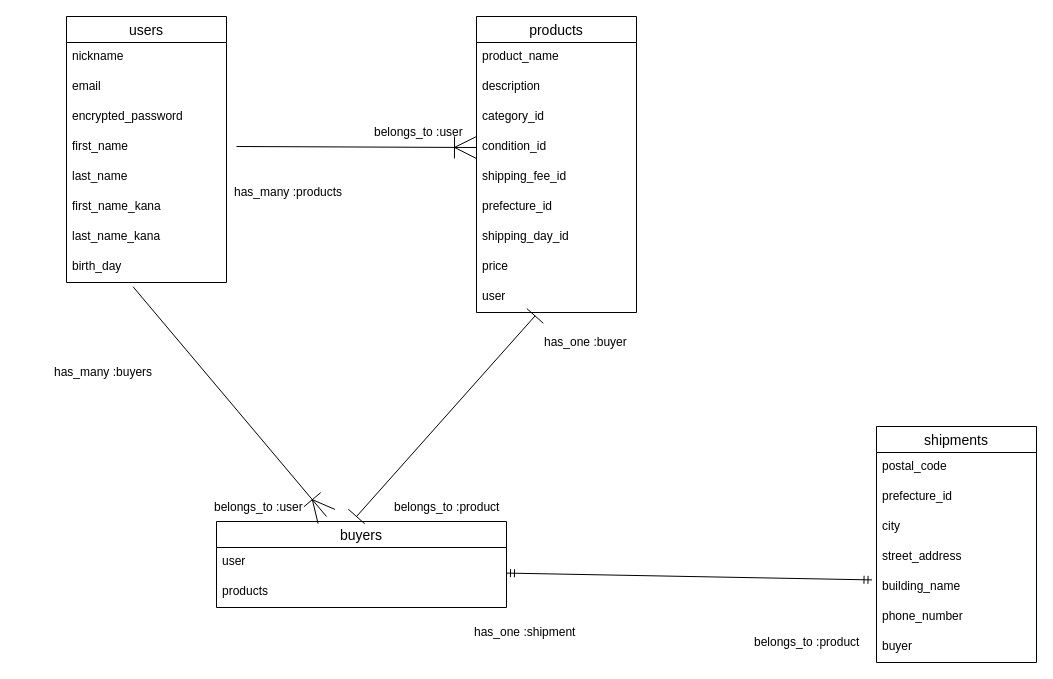
Above: fumima-40006.dio in burgman2000/furima-40006 (draw.io), before the change. Source tidied: cells renumbered, new cells numbered last; positions are measured from the earlier drawing's top-left corner, leaving out a move shared by most shapes. Both pictures are drawn from the tidied source at 100%, with x=0, y=0 at pixel (16, 16).
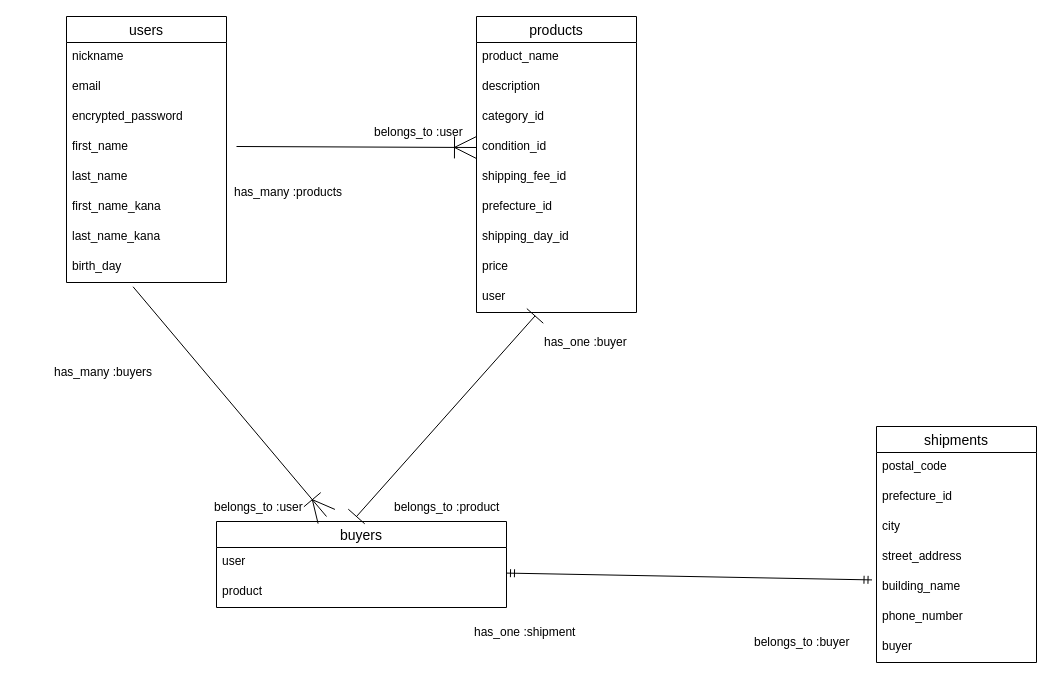
The same diagram, later.

The change refers to these unchanged cells:
```xml
<mxCell id="21" value="buyers" style="swimlane;fontStyle=0;horizontal=1;startSize=26;align=center;fontSize=14;" parent="1" vertex="1">
  <mxGeometry x="200" y="505" width="290" height="86" as="geometry" />
</mxCell>
<mxCell id="61" style="shape=tableRow;horizontal=0;startSize=0;swimlaneHead=0;swimlaneBody=0;fillColor=none;top=0;left=0;right=0;bottom=0;" parent="60" vertex="1">
  <mxGeometry width="180" height="30" as="geometry" />
</mxCell>
```

Diff of the diagram source:
```diff
@@
-    <mxCell id="23" value="products" style="text;strokeColor=none;fillColor=none;spacingLeft=4;spacingRight=4;overflow=hidden;fontSize=12;" parent="21" vertex="1">
+    <mxCell id="23" value="product" style="text;strokeColor=none;fillColor=none;spacingLeft=4;spacingRight=4;overflow=hidden;fontSize=12;" parent="21" vertex="1">
       <mxGeometry y="56" width="290" height="30" as="geometry" />
     </mxCell>
@@
-    <mxCell id="63" value="belongs_to :product" style="shape=partialRectangle;fillColor=none;top=0;left=0;bottom=0;right=0;align=left;spacingLeft=6;overflow=hidden;" parent="61" vertex="1">
+    <mxCell id="63" value="belongs_to :buyer" style="shape=partialRectangle;fillColor=none;top=0;left=0;bottom=0;right=0;align=left;spacingLeft=6;overflow=hidden;" parent="61" vertex="1">
       <mxGeometry x="30" width="150" height="30" as="geometry" />
     </mxCell>
```
